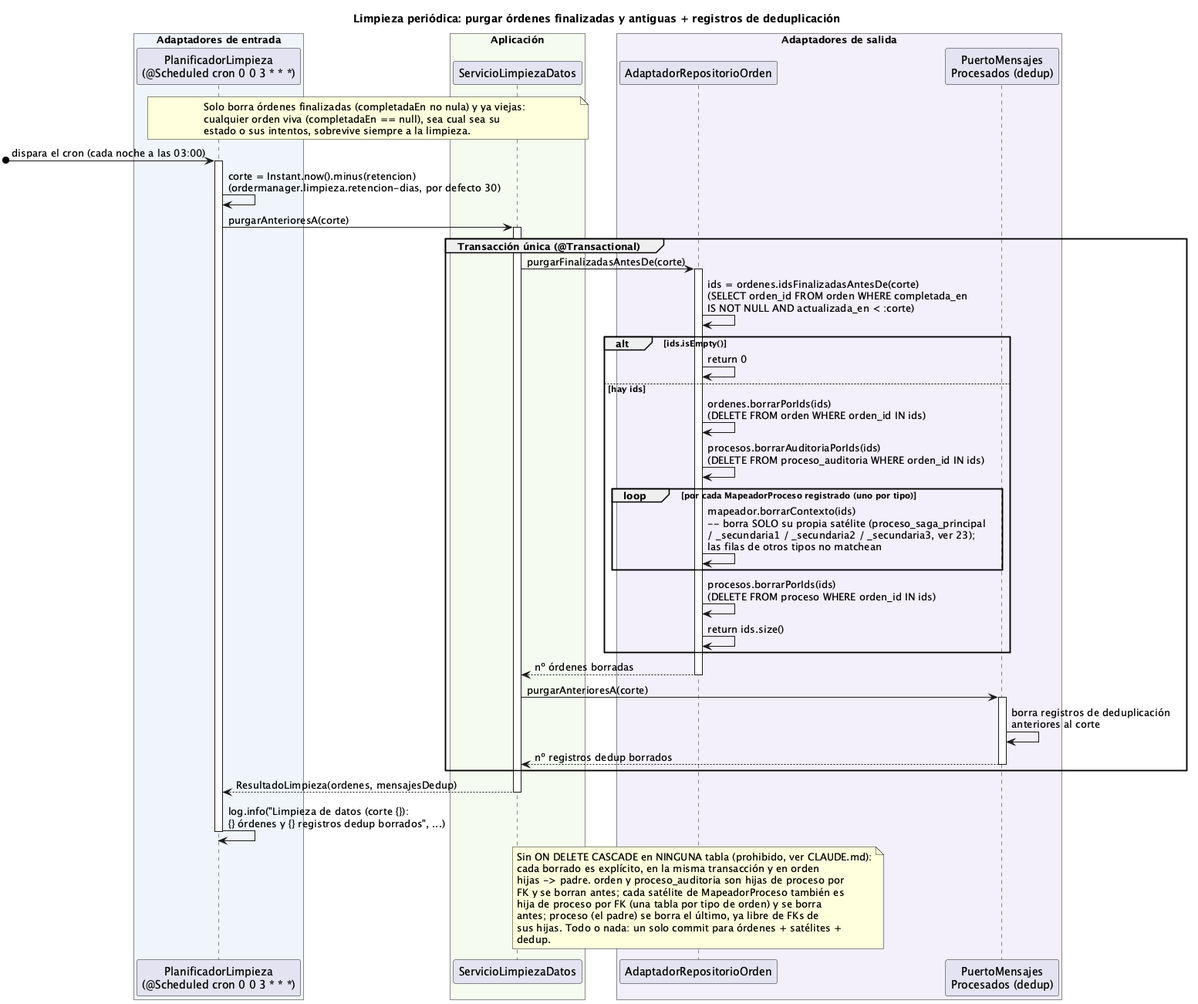
The PlantUML diagram order-manager/docs/09-limpieza-datos.png in ralcazar/patrones, before a commit.
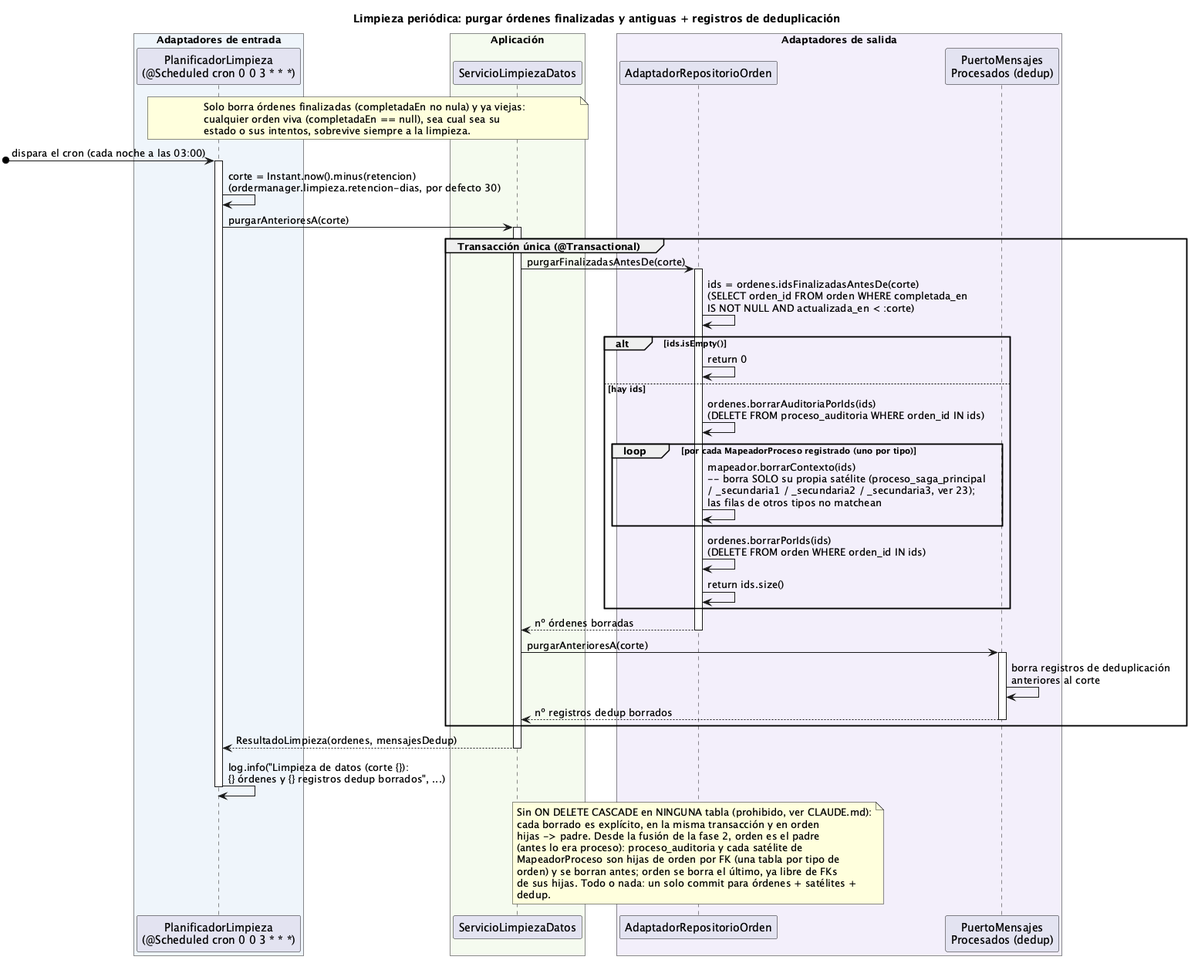
The same file after the commit.

The edit, as a diff of the source:
```diff
@@ -29,12 +29,11 @@
   alt ids.isEmpty()
     REPO -> REPO : return 0
   else hay ids
-    REPO -> REPO : ordenes.borrarPorIds(ids)\n(DELETE FROM orden WHERE orden_id IN ids)
-    REPO -> REPO : procesos.borrarAuditoriaPorIds(ids)\n(DELETE FROM proceso_auditoria WHERE orden_id IN ids)
+    REPO -> REPO : ordenes.borrarAuditoriaPorIds(ids)\n(DELETE FROM proceso_auditoria WHERE orden_id IN ids)
     loop por cada MapeadorProceso registrado (uno por tipo)
       REPO -> REPO : mapeador.borrarContexto(ids)\n-- borra SOLO su propia satélite (proceso_saga_principal\n/ _secundaria1 / _secundaria2 / _secundaria3, ver 23);\nlas filas de otros tipos no matchean
     end
-    REPO -> REPO : procesos.borrarPorIds(ids)\n(DELETE FROM proceso WHERE orden_id IN ids)
+    REPO -> REPO : ordenes.borrarPorIds(ids)\n(DELETE FROM orden WHERE orden_id IN ids)
     REPO -> REPO : return ids.size()
   end
   return nº órdenes borradas
@@ -49,11 +48,11 @@
 note over REPO
   Sin ON DELETE CASCADE en NINGUNA tabla (prohibido, ver CLAUDE.md):
   cada borrado es explícito, en la misma transacción y en orden
-  hijas -> padre. orden y proceso_auditoria son hijas de proceso por
-  FK y se borran antes; cada satélite de MapeadorProceso también es
-  hija de proceso por FK (una tabla por tipo de orden) y se borra
-  antes; proceso (el padre) se borra el último, ya libre de FKs de
-  sus hijas. Todo o nada: un solo commit para órdenes + satélites +
+  hijas -> padre. Desde la fusión de la fase 2, orden es el padre
+  (antes lo era proceso): proceso_auditoria y cada satélite de
+  MapeadorProceso son hijas de orden por FK (una tabla por tipo de
+  orden) y se borran antes; orden se borra el último, ya libre de FKs
+  de sus hijas. Todo o nada: un solo commit para órdenes + satélites +
   dedup.
 end note
 @enduml
```
